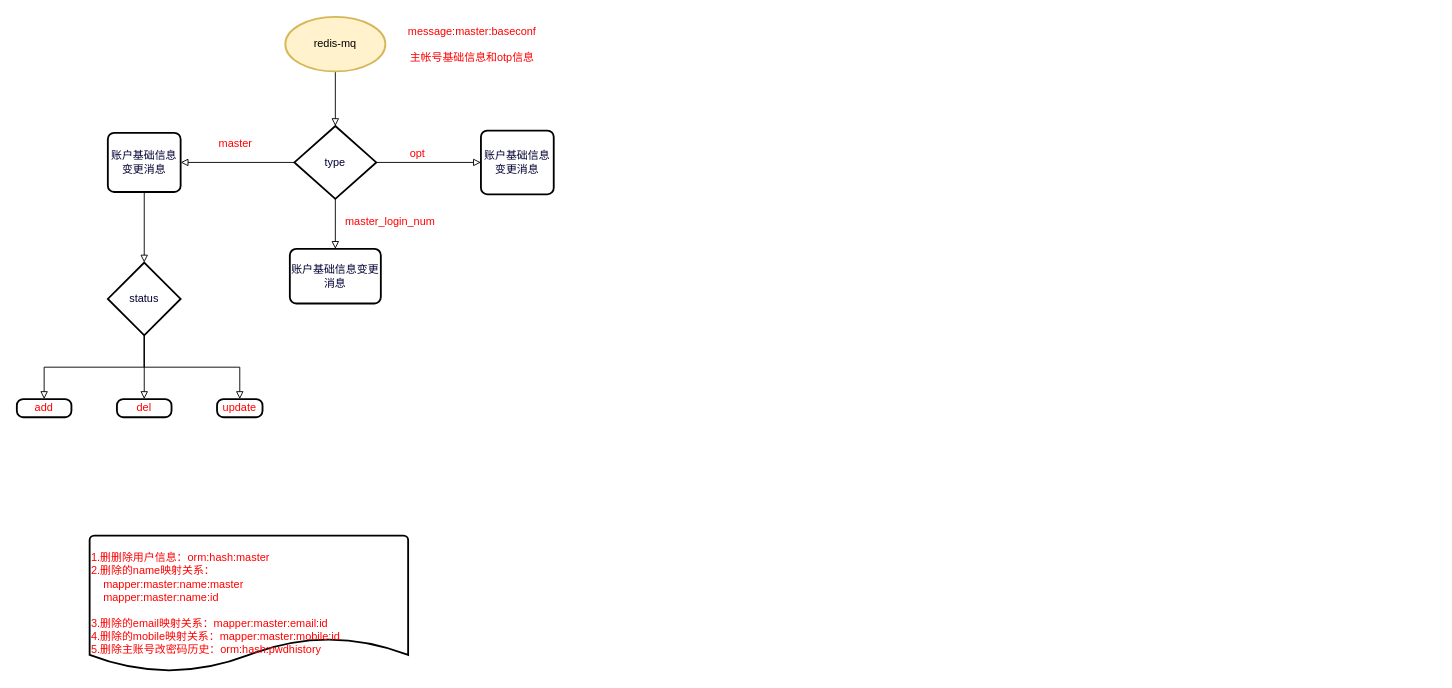
This is page "主帐号基础信息和otp信息-账户基础信息" (6 of 19) of cachehandlersystem_消息订阅.drawio from DeanYang121/typora_images, a draw.io file, before an edit. Source tidied: cells renumbered, new cells numbered last; positions are measured from the earlier drawing's top-left corner, leaving out a move shared by most shapes. Both pictures are drawn from the tidied source at 91%, with x=0, y=0 at pixel (16, 16).
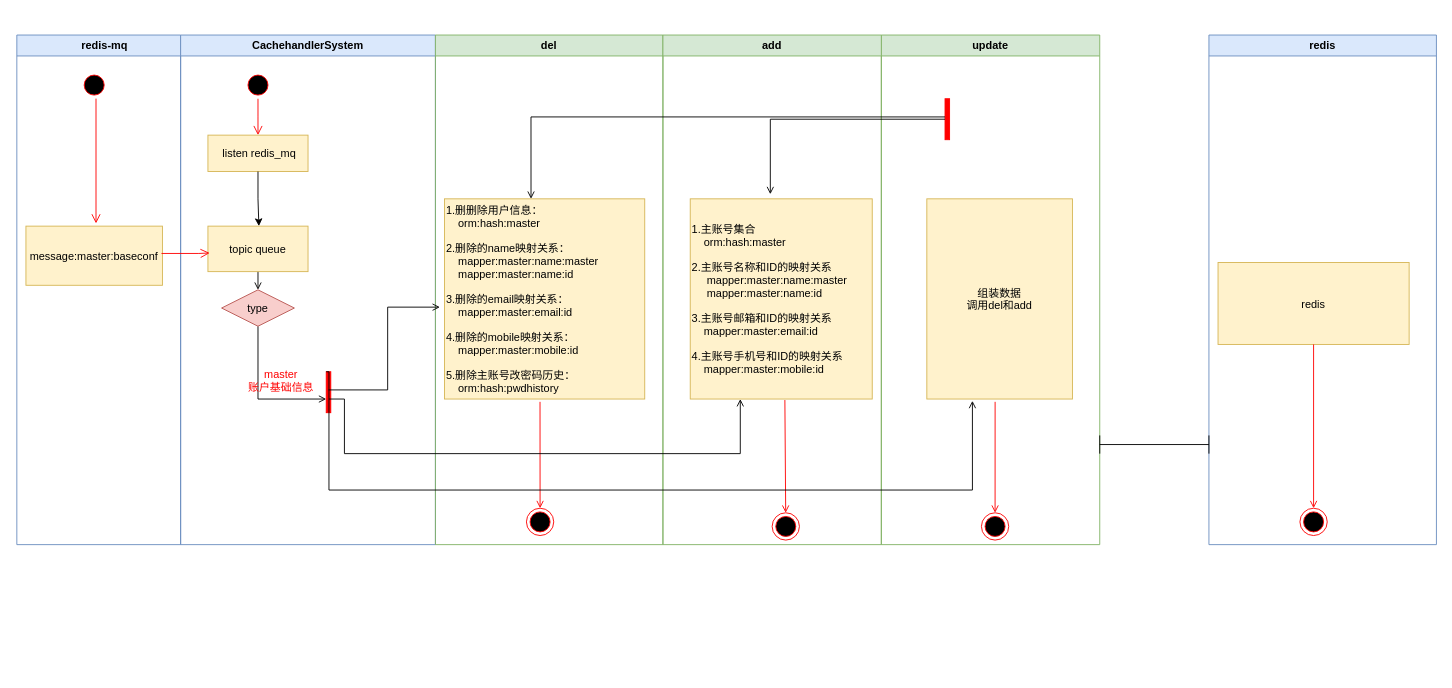
After the change.

Diff of the diagram source:
```diff
@@
-    <mxCell id="2" style="edgeStyle=orthogonalEdgeStyle;rounded=0;jettySize=auto;html=1;exitX=0.5;exitY=1;exitDx=0;exitDy=0;exitPerimeter=0;entryX=0.5;entryY=0;entryDx=0;entryDy=0;entryPerimeter=0;fontColor=#FF0000;endArrow=block;endFill=0;endSize=6;" parent="1" edge="1" source="3" target="8">
-      <mxGeometry relative="1" as="geometry" />
-    </mxCell>
-    <mxCell id="3" value="redis-mq" style="strokeWidth=2;html=1;shape=mxgraph.flowchart.start_1;whiteSpace=wrap;fillColor=#fff2cc;strokeColor=#d6b656;" parent="1" vertex="1">
-      <mxGeometry x="295" width="110" height="60" as="geometry" />
+    <mxCell id="3" value="    redis-mq" style="swimlane;whiteSpace=wrap;fillColor=#dae8fc;strokeColor=#6c8ebf;" parent="1" vertex="1">
+      <mxGeometry y="20" width="180" height="560" as="geometry" />
     </mxCell>
-    <mxCell id="4" value="message:master:baseconf&lt;br&gt;&lt;br&gt;主帐号基础信息和otp信息" style="text;html=1;align=center;verticalAlign=middle;strokeColor=none;fillColor=none;fontColor=#FF0000;" parent="1" vertex="1">
-      <mxGeometry x="420" width="160" height="60" as="geometry" />
-    </mxCell>
-    <mxCell id="5" style="edgeStyle=orthogonalEdgeStyle;rounded=0;jettySize=auto;html=1;exitX=0;exitY=0.5;exitDx=0;exitDy=0;exitPerimeter=0;entryX=1;entryY=0.5;entryDx=0;entryDy=0;fontColor=#FF0000;endSize=6;endArrow=block;endFill=0;" parent="1" edge="1" source="8" target="10">
-      <mxGeometry relative="1" as="geometry" />
-    </mxCell>
-    <mxCell id="6" style="edgeStyle=orthogonalEdgeStyle;rounded=0;jettySize=auto;html=1;exitX=1;exitY=0.5;exitDx=0;exitDy=0;exitPerimeter=0;entryX=0;entryY=0.5;entryDx=0;entryDy=0;fontColor=#FF0000;endArrow=block;endFill=0;endSize=6;" parent="1" edge="1" source="8" target="16">
-      <mxGeometry relative="1" as="geometry" />
-    </mxCell>
-    <mxCell id="7" style="edgeStyle=orthogonalEdgeStyle;rounded=0;jettySize=auto;html=1;exitX=0.5;exitY=1;exitDx=0;exitDy=0;exitPerimeter=0;fontColor=#FF0000;endArrow=block;endFill=0;endSize=6;" parent="1" edge="1" source="8" target="17">
-      <mxGeometry relative="1" as="geometry" />
-    </mxCell>
+    <mxCell id="24" style="ellipse;shape=startState;fillColor=#000000;strokeColor=#ff0000;" parent="3" vertex="1">
+      <mxGeometry x="70" y="40" width="30" height="30" as="geometry" />
+    </mxCell>
+    <mxCell id="25" style="edgeStyle=elbowEdgeStyle;elbow=horizontal;verticalAlign=bottom;endArrow=open;endSize=8;strokeColor=#FF0000;endFill=1;rounded=0;entryX=0.513;entryY=-0.046;entryDx=0;entryDy=0;entryPerimeter=0;" parent="3" edge="1" source="24" target="26">
+      <mxGeometry x="100" y="40" as="geometry" />
+    </mxCell>
+    <mxCell id="26" value="message:master:baseconf" style="fillColor=#fff2cc;strokeColor=#d6b656;" parent="3" vertex="1">
+      <mxGeometry x="10" y="210" width="150" height="65" as="geometry" />
+    </mxCell>
+    <mxCell id="27" value="CachehandlerSystem" style="swimlane;whiteSpace=wrap;fillColor=#dae8fc;strokeColor=#6c8ebf;" parent="1" vertex="1">
+      <mxGeometry x="180" y="20" width="280" height="560" as="geometry" />
+    </mxCell>
+    <mxCell id="28" style="ellipse;shape=startState;fillColor=#000000;strokeColor=#ff0000;" parent="27" vertex="1">
+      <mxGeometry x="70" y="40" width="30" height="30" as="geometry" />
+    </mxCell>
+    <mxCell id="29" style="edgeStyle=elbowEdgeStyle;elbow=horizontal;verticalAlign=bottom;endArrow=open;endSize=8;strokeColor=#FF0000;endFill=1;rounded=0;" parent="27" edge="1" source="28">
+      <mxGeometry x="50" y="20" as="geometry">
+        <mxPoint x="85" y="110" as="targetPoint" />
+      </mxGeometry>
+    </mxCell>
+    <mxCell id="30" style="edgeStyle=orthogonalEdgeStyle;rounded=0;jettySize=auto;html=1;entryX=0.5;entryY=0;entryDx=0;entryDy=0;fontColor=#FF0000;endArrow=open;endFill=0;endSize=6;" parent="27" edge="1" target="8">
+      <mxGeometry relative="1" as="geometry">
+        <mxPoint x="85" y="250" as="sourcePoint" />
+      </mxGeometry>
+    </mxCell>
+    <mxCell id="31" value="topic queue" style="fillColor=#fff2cc;strokeColor=#d6b656;" parent="27" vertex="1">
+      <mxGeometry x="30" y="210" width="110" height="50" as="geometry" />
+    </mxCell>
+    <mxCell id="32" style="edgeStyle=orthogonalEdgeStyle;rounded=0;jettySize=auto;html=1;exitX=0.5;exitY=1;exitDx=0;exitDy=0;fontColor=#FF0000;endArrow=open;endFill=0;endSize=6;" parent="27" edge="1" source="8">
+      <mxGeometry relative="1" as="geometry">
+        <mxPoint x="160" y="400" as="targetPoint" />
+        <Array as="points">
+          <mxPoint x="85" y="400" />
+        </Array>
+      </mxGeometry>
+    </mxCell>
-    <mxCell id="8" value="&lt;font color=&quot;#000033&quot;&gt;type&lt;/font&gt;" style="strokeWidth=2;html=1;shape=mxgraph.flowchart.decision;whiteSpace=wrap;fontColor=#FF0000;" parent="1" vertex="1">
-      <mxGeometry x="305" y="120" width="90" height="80" as="geometry" />
+    <mxCell id="8" value="type" style="rhombus;fillColor=#f8cecc;strokeColor=#b85450;" parent="27" vertex="1">
+      <mxGeometry x="45" y="280" width="80" height="40" as="geometry" />
     </mxCell>
-    <mxCell id="9" style="edgeStyle=orthogonalEdgeStyle;rounded=0;jettySize=auto;html=1;exitX=0.5;exitY=1;exitDx=0;exitDy=0;entryX=0.5;entryY=0;entryDx=0;entryDy=0;entryPerimeter=0;fontColor=#FF0000;endArrow=block;endFill=0;endSize=6;" parent="1" edge="1" source="10" target="14">
-      <mxGeometry relative="1" as="geometry" />
-    </mxCell>
-    <mxCell id="10" value="账户基础信息变更消息" style="rounded=1;whiteSpace=wrap;html=1;absoluteArcSize=1;arcSize=14;strokeWidth=2;fontColor=#000033;" parent="1" vertex="1">
-      <mxGeometry x="100" y="127.5" width="80" height="65" as="geometry" />
-    </mxCell>
-    <mxCell id="11" style="edgeStyle=orthogonalEdgeStyle;rounded=0;jettySize=auto;html=1;exitX=0.5;exitY=1;exitDx=0;exitDy=0;exitPerimeter=0;entryX=0.5;entryY=0;entryDx=0;entryDy=0;fontColor=#FF0000;endArrow=block;endFill=0;endSize=6;" parent="1" edge="1" source="14" target="20">
-      <mxGeometry relative="1" as="geometry" />
-    </mxCell>
-    <mxCell id="12" style="edgeStyle=orthogonalEdgeStyle;rounded=0;jettySize=auto;html=1;exitX=0.5;exitY=1;exitDx=0;exitDy=0;exitPerimeter=0;entryX=0.5;entryY=0;entryDx=0;entryDy=0;fontColor=#FF0000;endArrow=block;endFill=0;endSize=6;" parent="1" edge="1" source="14" target="22">
-      <mxGeometry relative="1" as="geometry" />
-    </mxCell>
-    <mxCell id="13" style="edgeStyle=orthogonalEdgeStyle;rounded=0;jettySize=auto;html=1;exitX=0.5;exitY=1;exitDx=0;exitDy=0;exitPerimeter=0;fontColor=#FF0000;endArrow=block;endFill=0;endSize=6;" parent="1" edge="1" source="14" target="21">
-      <mxGeometry relative="1" as="geometry" />
-    </mxCell>
-    <mxCell id="14" value="&lt;font color=&quot;#000033&quot;&gt;status&lt;/font&gt;" style="strokeWidth=2;html=1;shape=mxgraph.flowchart.decision;whiteSpace=wrap;fontColor=#FF0000;" parent="1" vertex="1">
-      <mxGeometry x="100" y="270" width="80" height="80" as="geometry" />
-    </mxCell>
-    <mxCell id="15" value="master" style="text;html=1;align=center;verticalAlign=middle;strokeColor=none;fillColor=none;fontColor=#FF0000;" parent="1" vertex="1">
-      <mxGeometry x="210" y="125" width="60" height="30" as="geometry" />
-    </mxCell>
-    <mxCell id="16" value="账户基础信息变更消息" style="rounded=1;whiteSpace=wrap;html=1;absoluteArcSize=1;arcSize=14;strokeWidth=2;fontColor=#000033;" parent="1" vertex="1">
-      <mxGeometry x="510" y="125" width="80" height="70" as="geometry" />
-    </mxCell>
-    <mxCell id="17" value="账户基础信息变更消息" style="rounded=1;whiteSpace=wrap;html=1;absoluteArcSize=1;arcSize=14;strokeWidth=2;fontColor=#000033;" parent="1" vertex="1">
-      <mxGeometry x="300" y="255" width="100" height="60" as="geometry" />
-    </mxCell>
-    <mxCell id="18" value="opt" style="text;html=1;align=center;verticalAlign=middle;strokeColor=none;fillColor=none;fontColor=#FF0000;" parent="1" vertex="1">
-      <mxGeometry x="420" y="135" width="40" height="30" as="geometry" />
-    </mxCell>
-    <mxCell id="19" value="master_login_num" style="text;html=1;align=center;verticalAlign=middle;strokeColor=none;fillColor=none;fontColor=#FF0000;" parent="1" vertex="1">
-      <mxGeometry x="350" y="210" width="120" height="30" as="geometry" />
-    </mxCell>
+    <mxCell id="33" value=" listen redis_mq" style="fillColor=#fff2cc;strokeColor=#d6b656;" parent="27" vertex="1">
+      <mxGeometry x="30" y="110" width="110" height="40" as="geometry" />
+    </mxCell>
+    <mxCell id="34" style="edgeStyle=elbowEdgeStyle;elbow=vertical;endArrow=classic;html=1;rounded=0;fontColor=#FF0000;endSize=6;exitX=0.5;exitY=1;exitDx=0;exitDy=0;exitPerimeter=0;entryX=0.509;entryY=0;entryDx=0;entryDy=0;entryPerimeter=0;" parent="27" edge="1" source="33" target="31">
+      <mxGeometry relative="1" as="geometry" />
+    </mxCell>
+    <mxCell id="35" style="whiteSpace=wrap;strokeColor=#FF0000;fillColor=#FF0000;" parent="27" vertex="1">
+      <mxGeometry x="160" y="370" width="5" height="45" as="geometry" />
+    </mxCell>
+    <mxCell id="36" value="master&lt;br&gt;账户基础信息" style="text;html=1;align=center;verticalAlign=middle;strokeColor=none;fillColor=none;fontColor=#FF0000;" parent="27" vertex="1">
+      <mxGeometry x="60" y="360" width="100" height="40" as="geometry" />
+    </mxCell>
+    <mxCell id="22" value="del" style="swimlane;whiteSpace=wrap;fillColor=#d5e8d4;strokeColor=#82b366;" parent="1" vertex="1">
+      <mxGeometry x="460" y="20" width="250" height="560" as="geometry" />
+    </mxCell>
+    <mxCell id="37" value="1.删删除用户信息：&#10;    orm:hash:master&#10;&#10;2.删除的name映射关系：&#10;    mapper:master:name:master&#10;    mapper:master:name:id&#10;&#10;3.删除的email映射关系：&#10;    mapper:master:email:id&#10;&#10;4.删除的mobile映射关系：&#10;    mapper:master:mobile:id&#10;&#10;5.删除主账号改密码历史：&#10;    orm:hash:pwdhistory" style="align=left;fillColor=#fff2cc;strokeColor=#d6b656;" parent="22" vertex="1">
+      <mxGeometry x="10" y="180" width="220" height="220" as="geometry" />
+    </mxCell>
+    <mxCell id="38" style="ellipse;shape=endState;fillColor=#000000;strokeColor=#ff0000;" parent="22" vertex="1">
+      <mxGeometry x="100" y="520" width="30" height="30" as="geometry" />
+    </mxCell>
+    <mxCell id="39" style="endArrow=open;strokeColor=#FF0000;endFill=1;rounded=0;exitX=0.477;exitY=1.014;exitDx=0;exitDy=0;exitPerimeter=0;" parent="22" edge="1" source="37" target="38">
+      <mxGeometry relative="1" as="geometry" />
+    </mxCell>
+    <mxCell id="21" value="update" style="swimlane;whiteSpace=wrap;fillColor=#d5e8d4;strokeColor=#82b366;" parent="1" vertex="1">
+      <mxGeometry x="950" y="20" width="240" height="560" as="geometry" />
+    </mxCell>
+    <mxCell id="40" value="组装数据&#10;调用del和add" style="fillColor=#fff2cc;strokeColor=#d6b656;" parent="21" vertex="1">
+      <mxGeometry x="50" y="180" width="160" height="220" as="geometry" />
+    </mxCell>
+    <mxCell id="41" style="ellipse;shape=endState;fillColor=#000000;strokeColor=#ff0000;" parent="21" vertex="1">
+      <mxGeometry x="110" y="525" width="30" height="30" as="geometry" />
+    </mxCell>
+    <mxCell id="42" style="endArrow=open;strokeColor=#FF0000;endFill=1;rounded=0;exitX=0.469;exitY=1.014;exitDx=0;exitDy=0;exitPerimeter=0;" parent="21" edge="1" source="40" target="41">
+      <mxGeometry relative="1" as="geometry" />
+    </mxCell>
+    <mxCell id="43" style="whiteSpace=wrap;strokeColor=#FF0000;fillColor=#FF0000;" parent="21" vertex="1">
+      <mxGeometry x="70" y="70" width="5" height="45" as="geometry" />
+    </mxCell>
+    <mxCell id="44" style="edgeStyle=elbowEdgeStyle;elbow=horizontal;verticalAlign=bottom;endArrow=open;endSize=8;strokeColor=#FF0000;endFill=1;rounded=0;exitX=0.993;exitY=0.462;exitDx=0;exitDy=0;exitPerimeter=0;entryX=0.018;entryY=0.59;entryDx=0;entryDy=0;entryPerimeter=0;" parent="1" edge="1" source="26" target="31">
+      <mxGeometry x="50" y="30" as="geometry">
+        <Array as="points">
+          <mxPoint x="200" y="273" />
+        </Array>
+      </mxGeometry>
+    </mxCell>
-    <mxCell id="20" value="add" style="rounded=1;whiteSpace=wrap;html=1;absoluteArcSize=1;arcSize=14;strokeWidth=2;fontColor=#FF0000;" parent="1" vertex="1">
-      <mxGeometry y="420" width="60" height="20" as="geometry" />
+    <mxCell id="20" value="add" style="swimlane;whiteSpace=wrap;fillColor=#d5e8d4;strokeColor=#82b366;" parent="1" vertex="1">
+      <mxGeometry x="710" y="20" width="240" height="560" as="geometry" />
     </mxCell>
-    <mxCell id="21" value="update" style="rounded=1;whiteSpace=wrap;html=1;absoluteArcSize=1;arcSize=14;strokeWidth=2;fontColor=#FF0000;" parent="1" vertex="1">
-      <mxGeometry x="220" y="420" width="50" height="20" as="geometry" />
-    </mxCell>
-    <mxCell id="22" value="del" style="rounded=1;whiteSpace=wrap;html=1;absoluteArcSize=1;arcSize=14;strokeWidth=2;fontColor=#FF0000;" parent="1" vertex="1">
-      <mxGeometry x="110" y="420" width="60" height="20" as="geometry" />
-    </mxCell>
-    <mxCell id="23" value="1.删删除用户信息：orm:hash:master&lt;br&gt;2.删除的name映射关系：&lt;br&gt;&amp;nbsp; &amp;nbsp; mapper:master:name:master&lt;br&gt;&amp;nbsp; &amp;nbsp; mapper:master:name:id&lt;br&gt;&lt;br&gt;3.删除的email映射关系：mapper:master:email:id&lt;br&gt;4.删除的mobile映射关系：mapper:master:mobile:id&lt;br&gt;5.删除主账号改密码历史：orm:hash:pwdhistory" style="strokeWidth=2;html=1;shape=mxgraph.flowchart.document2;whiteSpace=wrap;size=0.25;fontColor=#FF0000;align=left;" parent="1" vertex="1">
-      <mxGeometry x="80" y="570" width="350" height="150" as="geometry" />
-    </mxCell>
+    <mxCell id="45" value="1.主账号集合&#10;    orm:hash:master&#10;    &#10;2.主账号名称和ID的映射关系&#10;     mapper:master:name:master&#10;     mapper:master:name:id&#10;&#10;3.主账号邮箱和ID的映射关系&#10;    mapper:master:email:id&#10;&#10;4.主账号手机号和ID的映射关系&#10;    mapper:master:mobile:id" style="align=left;fillColor=#fff2cc;strokeColor=#d6b656;" parent="20" vertex="1">
+      <mxGeometry x="30" y="180" width="200" height="220" as="geometry" />
+    </mxCell>
+    <mxCell id="46" style="ellipse;shape=endState;fillColor=#000000;strokeColor=#ff0000;" parent="20" vertex="1">
+      <mxGeometry x="120" y="525" width="30" height="30" as="geometry" />
+    </mxCell>
+    <mxCell id="47" style="endArrow=open;strokeColor=#FF0000;endFill=1;rounded=0;exitX=0.52;exitY=1.005;exitDx=0;exitDy=0;exitPerimeter=0;" parent="20" edge="1" source="45" target="46">
+      <mxGeometry relative="1" as="geometry" />
+    </mxCell>
+    <mxCell id="48" style="edgeStyle=orthogonalEdgeStyle;rounded=0;jettySize=auto;html=1;fontColor=#FF0000;endArrow=open;endFill=0;endSize=6;entryX=0.275;entryY=1;entryDx=0;entryDy=0;entryPerimeter=0;" parent="1" edge="1" target="45">
+      <mxGeometry relative="1" as="geometry">
+        <mxPoint x="343" y="420" as="sourcePoint" />
+        <Array as="points">
+          <mxPoint x="360" y="420" />
+          <mxPoint x="360" y="480" />
+          <mxPoint x="795" y="480" />
+        </Array>
+      </mxGeometry>
+    </mxCell>
+    <mxCell id="49" style="edgeStyle=orthogonalEdgeStyle;rounded=0;jettySize=auto;html=1;exitX=0;exitY=0;exitDx=0;exitDy=0;fontColor=#FF0000;endArrow=open;endFill=0;endSize=6;entryX=0.313;entryY=1.009;entryDx=0;entryDy=0;entryPerimeter=0;" parent="1" edge="1" source="35" target="40">
+      <mxGeometry relative="1" as="geometry">
+        <Array as="points">
+          <mxPoint x="343" y="520" />
+          <mxPoint x="1050" y="520" />
+        </Array>
+      </mxGeometry>
+    </mxCell>
+    <mxCell id="50" style="edgeStyle=orthogonalEdgeStyle;rounded=0;jettySize=auto;html=1;exitX=0.5;exitY=0.444;exitDx=0;exitDy=0;fontColor=#FF0000;endArrow=open;endFill=0;endSize=6;entryX=-0.023;entryY=0.541;entryDx=0;entryDy=0;entryPerimeter=0;exitPerimeter=0;" parent="1" edge="1" source="35" target="37">
+      <mxGeometry relative="1" as="geometry" />
+    </mxCell>
+    <mxCell id="51" style="edgeStyle=orthogonalEdgeStyle;rounded=0;jettySize=auto;html=1;entryX=0.432;entryY=0;entryDx=0;entryDy=0;entryPerimeter=0;fontColor=#FF0000;endArrow=open;endFill=0;endSize=6;" parent="1" edge="1" target="37">
+      <mxGeometry relative="1" as="geometry">
+        <mxPoint x="1020" y="110" as="sourcePoint" />
+        <Array as="points">
+          <mxPoint x="565" y="110" />
+        </Array>
+      </mxGeometry>
+    </mxCell>
+    <mxCell id="52" style="edgeStyle=orthogonalEdgeStyle;rounded=0;jettySize=auto;html=1;entryX=0.44;entryY=-0.023;entryDx=0;entryDy=0;entryPerimeter=0;fontColor=#FF0000;endArrow=open;endFill=0;endSize=6;" parent="1" edge="1" source="43" target="45">
+      <mxGeometry relative="1" as="geometry" />
+    </mxCell>
+    <mxCell id="53" value="redis" style="swimlane;whiteSpace=wrap;fillColor=#dae8fc;strokeColor=#6c8ebf;" parent="1" vertex="1">
+      <mxGeometry x="1310" y="20" width="250" height="560" as="geometry" />
+    </mxCell>
+    <mxCell id="54" value="redis" style="align=center;fillColor=#fff2cc;strokeColor=#d6b656;" parent="53" vertex="1">
+      <mxGeometry x="10" y="250" width="210" height="90" as="geometry" />
+    </mxCell>
+    <mxCell id="55" style="ellipse;shape=endState;fillColor=#000000;strokeColor=#ff0000;" parent="53" vertex="1">
+      <mxGeometry x="100" y="520" width="30" height="30" as="geometry" />
+    </mxCell>
+    <mxCell id="56" style="endArrow=open;strokeColor=#FF0000;endFill=1;rounded=0;exitX=0.5;exitY=1;exitDx=0;exitDy=0;exitPerimeter=0;" parent="53" edge="1" source="54" target="55">
+      <mxGeometry relative="1" as="geometry" />
+    </mxCell>
+    <mxCell id="57" style="shape=crossbar;whiteSpace=wrap;html=1;rounded=1;strokeColor=default;fontColor=#FF0000;" parent="1" vertex="1">
+      <mxGeometry x="1190" y="460" width="120" height="20" as="geometry" />
+    </mxCell>
```
